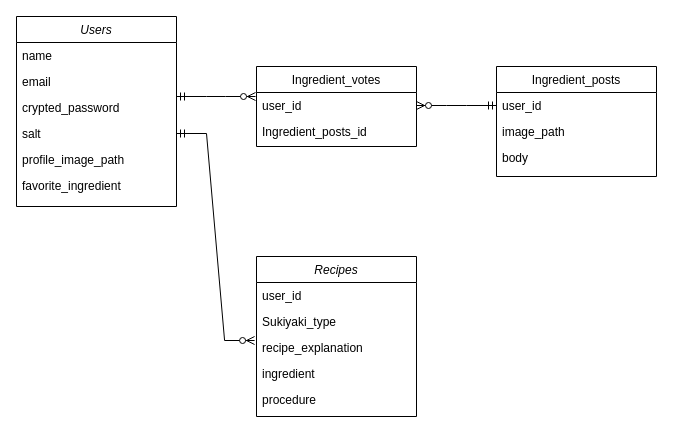
Earlier version of the draw.io diagram Sukiyaki_table_design.drawio (sakasu04/Sukiyaki_encyclopedia). Source tidied: cells renumbered, new cells numbered last; positions are measured from the earlier drawing's top-left corner, leaving out a move shared by most shapes. Both pictures are drawn from the tidied source at 100%, with x=0, y=0 at pixel (16, 16).
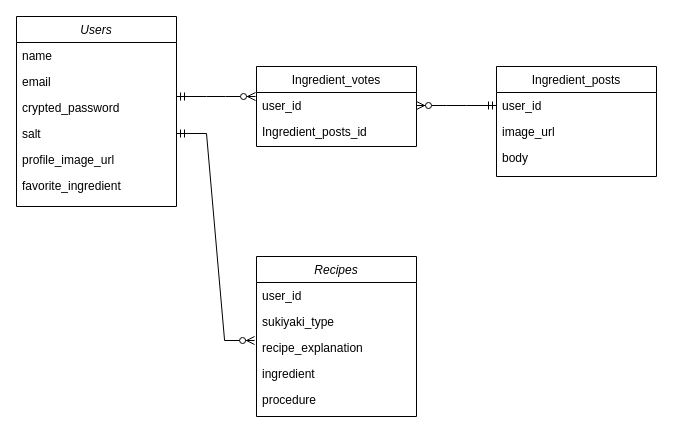
Above is the later version.

The change refers to these unchanged cells:
```xml
<mxCell id="2" value="Users" style="swimlane;fontStyle=2;align=center;verticalAlign=top;horizontal=1;startSize=26;rounded=0;shadow=0;strokeWidth=1;" parent="1" vertex="1">
  <mxGeometry width="160" height="190" as="geometry" />
</mxCell>
<mxCell id="9" value="Ingredient_posts" style="swimlane;fontStyle=0;align=center;verticalAlign=top;horizontal=1;startSize=26;rounded=0;shadow=0;strokeWidth=1;" parent="1" vertex="1">
  <mxGeometry x="480" y="50" width="160" height="110" as="geometry" />
</mxCell>
<mxCell id="16" value="Recipes" style="swimlane;fontStyle=2;align=center;verticalAlign=top;horizontal=1;startSize=26;rounded=0;shadow=0;strokeWidth=1;" parent="1" vertex="1">
  <mxGeometry x="240" y="240" width="160" height="160" as="geometry" />
</mxCell>
```

Diff of the diagram source:
```diff
@@
-    <mxCell id="7" value="profile_image_path" style="text;align=left;verticalAlign=top;spacingLeft=4;spacingRight=4;overflow=hidden;rounded=0;shadow=0;html=0;" parent="2" vertex="1">
+    <mxCell id="7" value="profile_image_url" style="text;align=left;verticalAlign=top;spacingLeft=4;spacingRight=4;overflow=hidden;rounded=0;shadow=0;html=0;" parent="2" vertex="1">
       <mxGeometry y="130" width="160" height="26" as="geometry" />
     </mxCell>
@@
-    <mxCell id="11" value="image_path" style="text;align=left;verticalAlign=top;spacingLeft=4;spacingRight=4;overflow=hidden;rounded=0;shadow=0;html=0;" parent="9" vertex="1">
+    <mxCell id="11" value="image_url" style="text;align=left;verticalAlign=top;spacingLeft=4;spacingRight=4;overflow=hidden;rounded=0;shadow=0;html=0;" parent="9" vertex="1">
       <mxGeometry y="52" width="160" height="26" as="geometry" />
     </mxCell>
@@
-    <mxCell id="18" value="Sukiyaki_type" style="text;align=left;verticalAlign=top;spacingLeft=4;spacingRight=4;overflow=hidden;rounded=0;shadow=0;html=0;" parent="16" vertex="1">
+    <mxCell id="18" value="sukiyaki_type" style="text;align=left;verticalAlign=top;spacingLeft=4;spacingRight=4;overflow=hidden;rounded=0;shadow=0;html=0;" parent="16" vertex="1">
       <mxGeometry y="52" width="160" height="26" as="geometry" />
     </mxCell>
```
